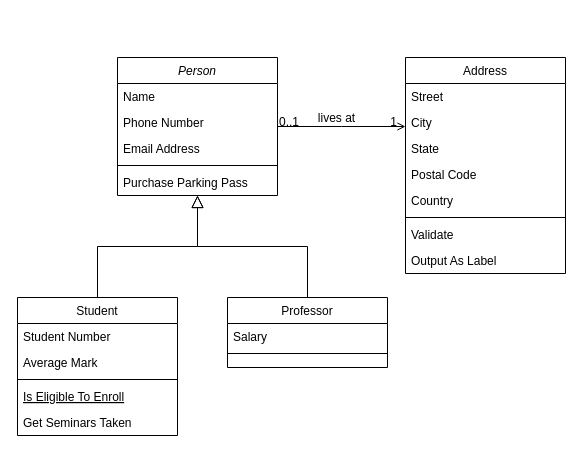
Above: hippy.drawio in allenlou213/showtime (draw.io), before the change. Source tidied: cells renumbered, new cells numbered last; positions are measured from the earlier drawing's top-left corner, leaving out a move shared by most shapes. Both pictures are drawn from the tidied source at 100%, with x=0, y=0 at pixel (17, 57).
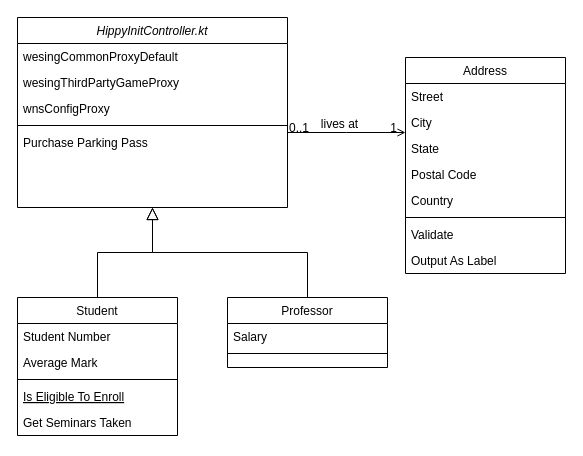
The same page after the edit.

Change to the diagram source:
```diff
@@
-    <mxCell id="2" value="Person" style="swimlane;fontStyle=2;align=center;verticalAlign=top;horizontal=1;startSize=26;rounded=0;shadow=0;strokeWidth=1;" parent="1" vertex="1">
-      <mxGeometry x="100" width="160" height="138" as="geometry" />
+    <mxCell id="2" value="HippyInitController.kt" style="swimlane;fontStyle=2;align=center;verticalAlign=top;horizontal=1;startSize=26;rounded=0;shadow=0;strokeWidth=1;" parent="1" vertex="1">
+      <mxGeometry y="-40" width="270" height="190" as="geometry" />
     </mxCell>
-    <mxCell id="3" value="Name" style="text;align=left;verticalAlign=top;spacingLeft=4;spacingRight=4;overflow=hidden;" parent="2" vertex="1">
-      <mxGeometry y="26" width="160" height="26" as="geometry" />
+    <mxCell id="3" value="wesingCommonProxyDefault" style="text;align=left;verticalAlign=top;spacingLeft=4;spacingRight=4;overflow=hidden;" parent="2" vertex="1">
+      <mxGeometry y="26" width="270" height="26" as="geometry" />
     </mxCell>
-    <mxCell id="4" value="Phone Number" style="text;align=left;verticalAlign=top;spacingLeft=4;spacingRight=4;overflow=hidden;rounded=0;shadow=0;html=0;" parent="2" vertex="1">
-      <mxGeometry y="52" width="160" height="26" as="geometry" />
+    <mxCell id="4" value="wesingThirdPartyGameProxy" style="text;align=left;verticalAlign=top;spacingLeft=4;spacingRight=4;overflow=hidden;rounded=0;shadow=0;html=0;" parent="2" vertex="1">
+      <mxGeometry y="52" width="270" height="26" as="geometry" />
     </mxCell>
-    <mxCell id="5" value="Email Address" style="text;align=left;verticalAlign=top;spacingLeft=4;spacingRight=4;overflow=hidden;rounded=0;shadow=0;html=0;" parent="2" vertex="1">
-      <mxGeometry y="78" width="160" height="26" as="geometry" />
+    <mxCell id="5" value="wnsConfigProxy" style="text;align=left;verticalAlign=top;spacingLeft=4;spacingRight=4;overflow=hidden;rounded=0;shadow=0;html=0;" parent="2" vertex="1">
+      <mxGeometry y="78" width="270" height="26" as="geometry" />
     </mxCell>
     <mxCell id="6" style="line;html=1;strokeWidth=1;align=left;verticalAlign=middle;spacingTop=-1;spacingLeft=3;spacingRight=3;labelPosition=right;" parent="2" vertex="1">
-      <mxGeometry y="104" width="160" height="8" as="geometry" />
+      <mxGeometry y="104" width="270" height="8" as="geometry" />
     </mxCell>
     <mxCell id="7" value="Purchase Parking Pass" style="text;align=left;verticalAlign=top;spacingLeft=4;spacingRight=4;overflow=hidden;" parent="2" vertex="1">
-      <mxGeometry y="112" width="160" height="26" as="geometry" />
+      <mxGeometry y="112" width="270" height="26" as="geometry" />
     </mxCell>
```
